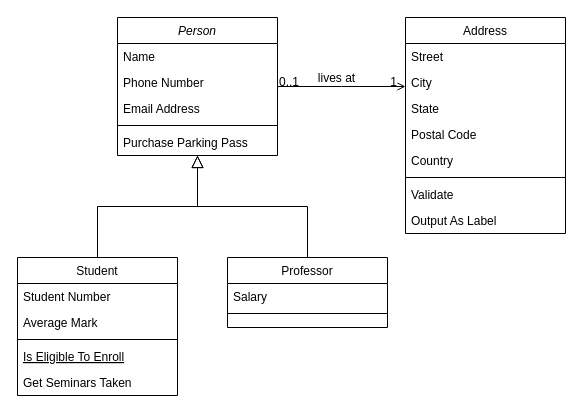
Above: dbvet.drawio in IsaacCRS17/BD-VET (draw.io), before the change. Source tidied: cells renumbered, new cells numbered last; positions are measured from the earlier drawing's top-left corner, leaving out a move shared by most shapes. Both pictures are drawn from the tidied source at 100%, with x=0, y=0 at pixel (17, 17).
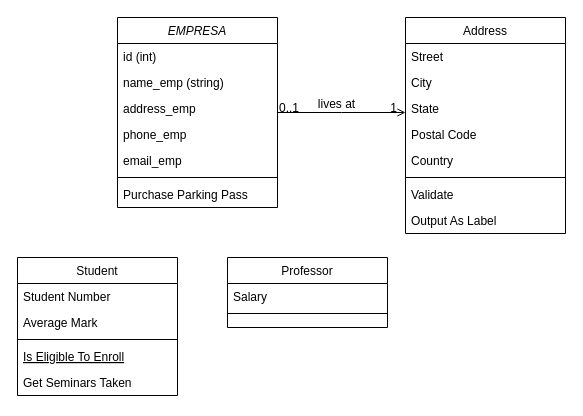
The same diagram, later.

The change refers to these unchanged cells:
```xml
<mxCell id="8" value="Student" style="swimlane;fontStyle=0;align=center;verticalAlign=top;horizontal=1;startSize=26;rounded=0;shadow=0;strokeWidth=1;" parent="1" vertex="1">
  <mxGeometry y="240" width="160" height="138" as="geometry" />
</mxCell>
<mxCell id="15" value="Professor" style="swimlane;fontStyle=0;align=center;verticalAlign=top;horizontal=1;startSize=26;rounded=0;shadow=0;strokeWidth=1;" parent="1" vertex="1">
  <mxGeometry x="210" y="240" width="160" height="70" as="geometry" />
</mxCell>
```

What changed in the source:
```diff
@@
-    <mxCell id="2" value="Person" style="swimlane;fontStyle=2;align=center;verticalAlign=top;horizontal=1;startSize=26;rounded=0;shadow=0;strokeWidth=1;" parent="1" vertex="1">
-      <mxGeometry x="100" width="160" height="138" as="geometry" />
+    <mxCell id="2" value="EMPRESA" style="swimlane;fontStyle=2;align=center;verticalAlign=top;horizontal=1;startSize=26;rounded=0;shadow=0;strokeWidth=1;" parent="1" vertex="1">
+      <mxGeometry x="100" width="160" height="190" as="geometry" />
     </mxCell>
-    <mxCell id="3" value="Name" style="text;align=left;verticalAlign=top;spacingLeft=4;spacingRight=4;overflow=hidden;" parent="2" vertex="1">
+    <mxCell id="3" value="id (int)" style="text;align=left;verticalAlign=top;spacingLeft=4;spacingRight=4;overflow=hidden;" parent="2" vertex="1">
       <mxGeometry y="26" width="160" height="26" as="geometry" />
     </mxCell>
-    <mxCell id="4" value="Phone Number" style="text;align=left;verticalAlign=top;spacingLeft=4;spacingRight=4;overflow=hidden;rounded=0;shadow=0;html=0;" parent="2" vertex="1">
+    <mxCell id="4" value="name_emp (string)" style="text;align=left;verticalAlign=top;spacingLeft=4;spacingRight=4;overflow=hidden;rounded=0;shadow=0;html=0;" parent="2" vertex="1">
       <mxGeometry y="52" width="160" height="26" as="geometry" />
     </mxCell>
-    <mxCell id="5" value="Email Address" style="text;align=left;verticalAlign=top;spacingLeft=4;spacingRight=4;overflow=hidden;rounded=0;shadow=0;html=0;" parent="2" vertex="1">
+    <mxCell id="5" value="address_emp" style="text;align=left;verticalAlign=top;spacingLeft=4;spacingRight=4;overflow=hidden;rounded=0;shadow=0;html=0;" parent="2" vertex="1">
       <mxGeometry y="78" width="160" height="26" as="geometry" />
     </mxCell>
+    <mxCell id="32" value="phone_emp" style="text;align=left;verticalAlign=top;spacingLeft=4;spacingRight=4;overflow=hidden;rounded=0;shadow=0;html=0;" parent="2" vertex="1">
+      <mxGeometry y="104" width="160" height="26" as="geometry" />
+    </mxCell>
+    <mxCell id="33" value="email_emp" style="text;align=left;verticalAlign=top;spacingLeft=4;spacingRight=4;overflow=hidden;rounded=0;shadow=0;html=0;" parent="2" vertex="1">
+      <mxGeometry y="130" width="160" height="26" as="geometry" />
+    </mxCell>
     <mxCell id="6" style="line;html=1;strokeWidth=1;align=left;verticalAlign=middle;spacingTop=-1;spacingLeft=3;spacingRight=3;labelPosition=right;" parent="2" vertex="1">
-      <mxGeometry y="104" width="160" height="8" as="geometry" />
+      <mxGeometry y="156" width="160" height="8" as="geometry" />
     </mxCell>
     <mxCell id="7" value="Purchase Parking Pass" style="text;align=left;verticalAlign=top;spacingLeft=4;spacingRight=4;overflow=hidden;" parent="2" vertex="1">
-      <mxGeometry y="112" width="160" height="26" as="geometry" />
+      <mxGeometry y="164" width="160" height="26" as="geometry" />
     </mxCell>
@@
-    <mxCell id="14" style="endArrow=block;endSize=10;endFill=0;shadow=0;strokeWidth=1;rounded=0;edgeStyle=elbowEdgeStyle;elbow=vertical;" parent="1" edge="1" source="8" target="2">
-      <mxGeometry relative="1" as="geometry" />
-    </mxCell>
@@
-    <mxCell id="18" style="endArrow=block;endSize=10;endFill=0;shadow=0;strokeWidth=1;rounded=0;edgeStyle=elbowEdgeStyle;elbow=vertical;" parent="1" edge="1" source="15" target="2">
-      <mxGeometry relative="1" as="geometry" />
-    </mxCell>
```
